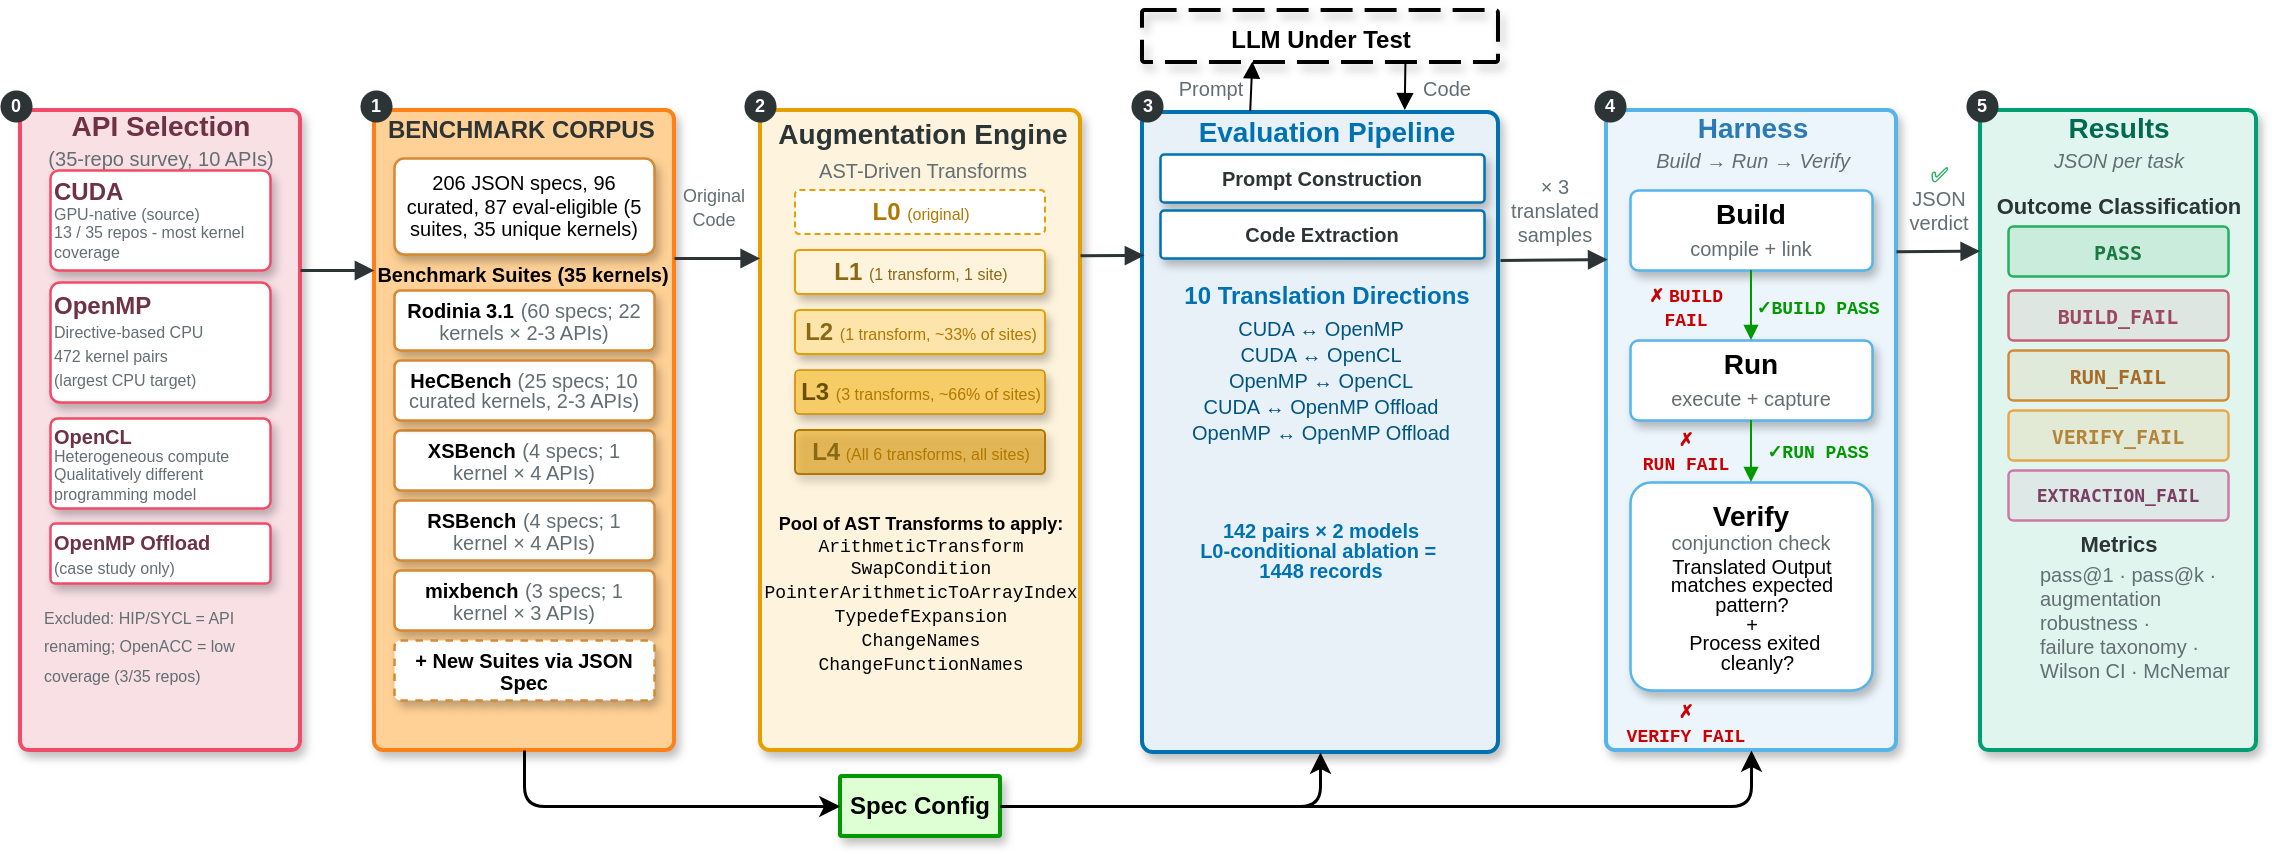
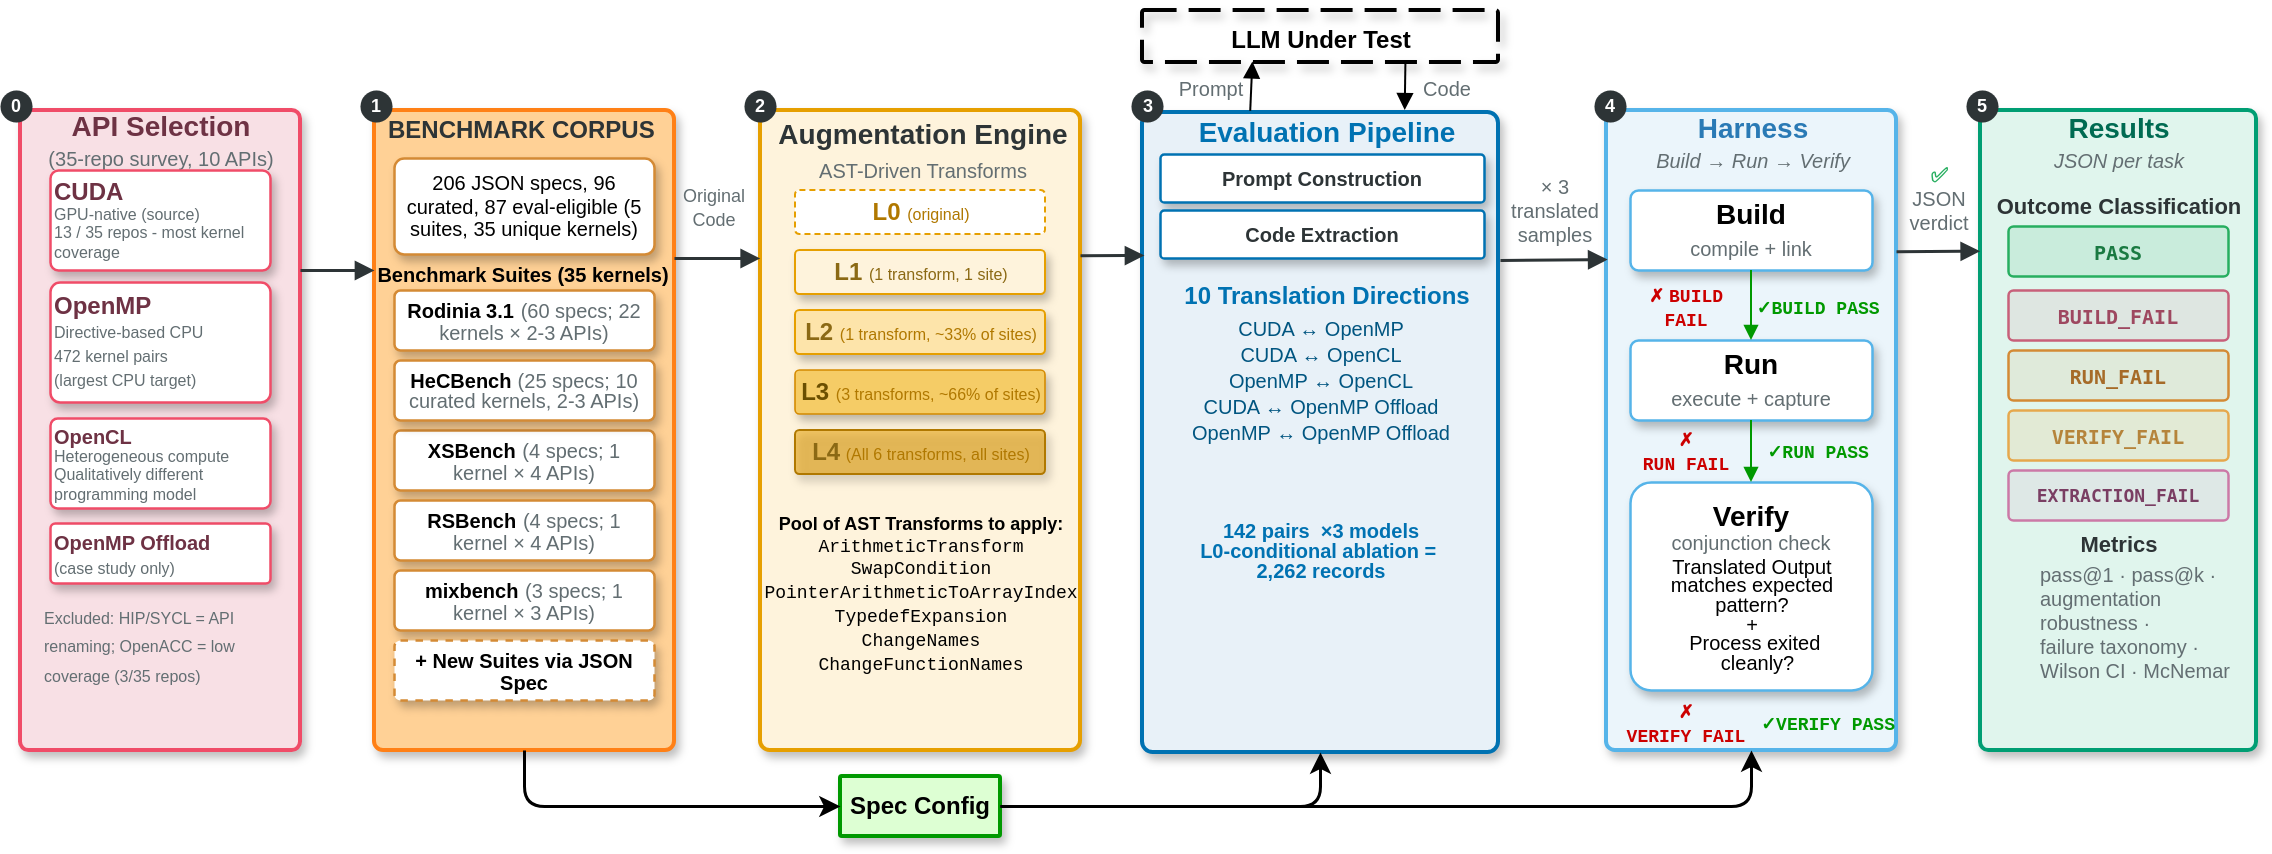
<mxfile host="Electron" agent="Mozilla/5.0 (Macintosh; Intel Mac OS X 10_15_7) AppleWebKit/537.36 (KHTML, like Gecko) draw.io/29.6.6 Chrome/144.0.7559.236 Electron/40.8.4 Safari/537.36">
  <diagram name="Page-1" id="bUnr9loA30vD7awPn5Ir">
-     <mxGraphModel dx="1491" dy="310" grid="1" gridSize="10" guides="1" tooltips="1" connect="1" arrows="1" fold="1" page="1" pageScale="1" pageWidth="990" pageHeight="600" background="#ffffff" math="0" shadow="0">
+     <mxGraphModel dx="2017" dy="636" grid="1" gridSize="10" guides="1" tooltips="1" connect="1" arrows="1" fold="1" page="1" pageScale="1" pageWidth="990" pageHeight="600" background="#ffffff" math="0" shadow="0">
      <root>
        <mxCell id="0" />
        <mxCell id="1" parent="0" />
        <mxCell id="akmjjUN86HI4yd5fyELq-2" parent="1" style="rounded=1;whiteSpace=wrap;html=1;arcSize=3;fillColor=#F8E0E5;strokeColor=#F04C68;strokeWidth=2;shadow=1;glass=0;gradientColor=none;" value="" vertex="1">
          <mxGeometry height="320" width="140" x="-170" y="110" as="geometry" />
        </mxCell>
        <mxCell id="llm_container" parent="1" style="rounded=1;arcSize=5;fillColor=none;strokeColor=#000000;strokeWidth=2;dashed=1;dashPattern=8 3;shadow=1;labelBackgroundColor=none;html=1;autosizeText=1;fontSize=15;" value="&lt;b&gt;&lt;font style=&quot;font-size: 12px;&quot;&gt;LLM Under Test&lt;/font&gt;&lt;/b&gt;" vertex="1">
          <mxGeometry height="26" width="178" x="391" y="60" as="geometry" />
        </mxCell>
        <mxCell id="benchmark_container" parent="1" style="rounded=1;whiteSpace=wrap;html=1;arcSize=3;fillColor=#FFD196;strokeColor=#FF8016;strokeWidth=2;shadow=1;" value="" vertex="1">
          <mxGeometry height="320" width="150" x="7" y="110" as="geometry" />
        </mxCell>
        <mxCell id="suites_header" parent="1" style="text;html=1;align=center;verticalAlign=middle;fontSize=12;fontColor=#2D3436;rounded=1;" value="&lt;b&gt;&lt;font style=&quot;color: rgb(0, 0, 0); font-size: 10px;&quot;&gt;Benchmark Suites (35 kernels)&lt;/font&gt;&lt;/b&gt;" vertex="1">
          <mxGeometry height="20" width="130" x="15.75" y="182" as="geometry" />
        </mxCell>
        <mxCell id="rodinia" parent="1" style="rounded=1;whiteSpace=wrap;html=1;arcSize=10;fillColor=#FFFFFF;strokeColor=#D48A35;strokeWidth=1.25;fontSize=12;shadow=1;" value="&lt;div style=&quot;line-height: 90%;&quot;&gt;&lt;b&gt;&lt;font style=&quot;font-size: 10px; line-height: 90%;&quot;&gt;Rodinia 3.1&lt;/font&gt;&lt;/b&gt;&amp;nbsp;&lt;font style=&quot;font-size: 10px; color: rgb(99, 110, 114); line-height: 90%;&quot;&gt;&lt;font&gt;(&lt;/font&gt;&lt;font&gt;&lt;span style=&quot;text-align: left;&quot;&gt;60 specs; 22 kernels × 2-3 APIs)&lt;/span&gt;&lt;/font&gt;&lt;/font&gt;&lt;/div&gt;" vertex="1">
          <mxGeometry height="30" width="130" x="17" y="200" as="geometry" />
        </mxCell>
        <mxCell id="xsbench" parent="1" style="rounded=1;whiteSpace=wrap;html=1;arcSize=10;fillColor=#FFFFFF;strokeColor=#D48A35;strokeWidth=1.25;fontSize=12;shadow=1;" value="&lt;div style=&quot;line-height: 90%;&quot;&gt;&lt;font style=&quot;font-size: 10px; line-height: 90%;&quot;&gt;&lt;b&gt;XSBench&lt;/b&gt;&lt;/font&gt;&amp;nbsp;&lt;span style=&quot;color: rgb(99, 110, 114); font-size: 10px; line-height: 90%;&quot;&gt;(4 specs;&amp;nbsp;&lt;/span&gt;&lt;span style=&quot;color: rgb(99, 110, 114); font-size: 10px; text-align: left; line-height: 90%;&quot;&gt;1 kernel&amp;nbsp;&lt;/span&gt;&lt;span style=&quot;color: rgb(99, 110, 114); font-size: 10px; text-align: left; line-height: 90%;&quot;&gt;×&lt;/span&gt;&lt;span style=&quot;color: rgb(99, 110, 114); font-size: 10px; text-align: left; line-height: 90%;&quot;&gt;&amp;nbsp;4 APIs&lt;/span&gt;&lt;span style=&quot;color: rgb(99, 110, 114); font-size: 10px; line-height: 90%;&quot;&gt;)&lt;/span&gt;&lt;/div&gt;" vertex="1">
          <mxGeometry height="30" width="130" x="17" y="270" as="geometry" />
        </mxCell>
        <mxCell id="rsbench" parent="1" style="rounded=1;whiteSpace=wrap;html=1;arcSize=10;fillColor=#FFFFFF;strokeColor=#D48A35;strokeWidth=1.25;fontSize=12;shadow=1;" value="&lt;div style=&quot;line-height: 90%;&quot;&gt;&lt;b&gt;&lt;font style=&quot;font-size: 10px; line-height: 90%;&quot;&gt;RSBench&lt;/font&gt;&lt;/b&gt;&amp;nbsp;&lt;span style=&quot;color: rgb(99, 110, 114); font-size: 10px; line-height: 90%;&quot;&gt;(4 specs;&amp;nbsp;&lt;/span&gt;&lt;span style=&quot;color: rgb(99, 110, 114); font-size: 10px; text-align: left; line-height: 90%;&quot;&gt;1 kernel&amp;nbsp;&lt;/span&gt;&lt;span style=&quot;color: rgb(99, 110, 114); font-size: 10px; text-align: left; line-height: 90%;&quot;&gt;×&lt;/span&gt;&lt;span style=&quot;color: rgb(99, 110, 114); font-size: 10px; text-align: left; line-height: 90%;&quot;&gt;&amp;nbsp;4 APIs&lt;/span&gt;&lt;span style=&quot;color: rgb(99, 110, 114); font-size: 10px; line-height: 90%;&quot;&gt;)&lt;/span&gt;&lt;/div&gt;" vertex="1">
          <mxGeometry height="30" width="130" x="17" y="305" as="geometry" />
        </mxCell>
        <mxCell id="mixbench" parent="1" style="rounded=1;whiteSpace=wrap;html=1;arcSize=10;fillColor=#FFFFFF;strokeColor=#D48A35;strokeWidth=1.25;fontSize=12;shadow=1;" value="&lt;div style=&quot;line-height: 90%;&quot;&gt;&lt;b&gt;&lt;font style=&quot;font-size: 10px; line-height: 90%;&quot;&gt;mixbench&lt;/font&gt;&lt;/b&gt;&amp;nbsp;&lt;span style=&quot;color: rgb(99, 110, 114); font-size: 10px; line-height: 90%;&quot;&gt;(3 specs;&amp;nbsp;&lt;/span&gt;&lt;span style=&quot;color: rgb(99, 110, 114); font-size: 10px; text-align: left; line-height: 90%;&quot;&gt;1 kernel&amp;nbsp;&lt;/span&gt;&lt;span style=&quot;color: rgb(99, 110, 114); font-size: 10px; text-align: left; line-height: 90%;&quot;&gt;×&lt;/span&gt;&lt;span style=&quot;color: rgb(99, 110, 114); font-size: 10px; text-align: left; line-height: 90%;&quot;&gt;&amp;nbsp;3 APIs&lt;/span&gt;&lt;span style=&quot;color: rgb(99, 110, 114); font-size: 10px; line-height: 90%;&quot;&gt;)&lt;/span&gt;&lt;/div&gt;" vertex="1">
          <mxGeometry height="30" width="130" x="17" y="340" as="geometry" />
        </mxCell>
        <mxCell id="hecbench" parent="1" style="rounded=1;whiteSpace=wrap;html=1;arcSize=10;fillColor=#FFFFFF;strokeColor=#D48A35;strokeWidth=1.25;fontSize=11;shadow=1;" value="&lt;div style=&quot;line-height: 90%;&quot;&gt;&lt;b&gt;&lt;font style=&quot;font-size: 10px; line-height: 90%;&quot;&gt;HeCBench&lt;/font&gt;&lt;/b&gt; &lt;font style=&quot;font-size: 10px; color: rgb(99, 110, 114); line-height: 90%;&quot;&gt;(25 specs;&amp;nbsp;&lt;span style=&quot;text-align: left;&quot;&gt;10 curated kernels, 2-&lt;/span&gt;&lt;span style=&quot;text-align: left;&quot;&gt;3 APIs&lt;/span&gt;)&lt;/font&gt;&lt;/div&gt;" vertex="1">
          <mxGeometry height="30" width="130" x="17" y="235" as="geometry" />
        </mxCell>
        <mxCell id="aug_container" parent="1" style="rounded=1;whiteSpace=wrap;html=1;arcSize=3;fillColor=#FEF3DC;strokeColor=#E69F00;strokeWidth=2;shadow=1;" value="" vertex="1">
          <mxGeometry height="320" width="160" x="200" y="110" as="geometry" />
        </mxCell>
        <mxCell id="aug_title1" parent="1" style="text;html=1;align=center;verticalAlign=middle;fontColor=#2D3436;rounded=1;" value="&lt;b style=&quot;&quot;&gt;&lt;font style=&quot;font-size: 14px;&quot;&gt;Augmentation Engine&lt;br&gt;&lt;/font&gt;&lt;/b&gt;&lt;span style=&quot;color: rgb(99, 110, 114); font-size: 10px;&quot;&gt;AST-Driven Transforms&lt;/span&gt;&lt;b style=&quot;&quot;&gt;&lt;font style=&quot;font-size: 14px;&quot;&gt;&lt;/font&gt;&lt;/b&gt;" vertex="1">
          <mxGeometry height="30" width="145" x="208" y="115" as="geometry" />
        </mxCell>
        <mxCell id="aug_transforms1" parent="1" style="text;html=1;align=center;verticalAlign=middle;fontSize=9;fontColor=#636e72;rounded=1;" value="&lt;div style=&quot;&quot;&gt;&lt;b&gt;&lt;font style=&quot;color: rgb(0, 0, 0);&quot;&gt;Pool of AST Transforms to apply:&lt;/font&gt;&lt;/b&gt;&lt;/div&gt;&lt;div style=&quot;&quot;&gt;&lt;span style=&quot;color: rgb(77, 77, 77);&quot;&gt;&lt;font face=&quot;Courier New&quot; style=&quot;color: rgb(0, 0, 0);&quot;&gt;ArithmeticTransform&lt;br&gt;SwapCondition&lt;/font&gt;&lt;/span&gt;&lt;/div&gt;&lt;div style=&quot;&quot;&gt;&lt;span style=&quot;color: rgb(77, 77, 77);&quot;&gt;&lt;font face=&quot;Courier New&quot; style=&quot;color: rgb(0, 0, 0);&quot;&gt;PointerArithmeticToArrayIndex&lt;/font&gt;&lt;/span&gt;&lt;/div&gt;&lt;div style=&quot;&quot;&gt;&lt;span style=&quot;color: rgb(77, 77, 77);&quot;&gt;&lt;font face=&quot;Courier New&quot; style=&quot;color: rgb(0, 0, 0);&quot;&gt;TypedefExpansion&lt;br&gt;ChangeNames&lt;br&gt;ChangeFunctionNames&lt;/font&gt;&lt;/span&gt;&lt;/div&gt;" vertex="1">
          <mxGeometry height="14" width="144" x="208" y="345" as="geometry" />
        </mxCell>
        <mxCell id="L0" parent="1" style="rounded=1;whiteSpace=wrap;html=1;arcSize=10;fillColor=#FFFFFF;strokeColor=#E69F00;strokeWidth=1;dashed=1;dashPattern=3 2;fontSize=10;fontStyle=1;fontColor=#B07800;" value="&lt;font style=&quot;font-size: 12px;&quot;&gt;L0 &lt;/font&gt;&lt;font style=&quot;font-size: 8px; font-weight: normal;&quot;&gt;(original)&lt;/font&gt;" vertex="1">
          <mxGeometry height="22" width="125" x="217.5" y="150" as="geometry" />
        </mxCell>
        <mxCell id="L1" parent="1" style="rounded=1;whiteSpace=wrap;html=1;arcSize=10;fillColor=#FEF3DC;strokeColor=#E69F00;strokeWidth=1;fontSize=10;fontStyle=1;fontColor=#8B6914;shadow=1;align=center;" value="&lt;font style=&quot;&quot;&gt;&lt;span style=&quot;font-size: 12px;&quot;&gt;L1&amp;nbsp;&lt;/span&gt;&lt;font style=&quot;font-size: 8px; font-weight: normal;&quot;&gt;(1 transform, 1 site)&lt;/font&gt;&lt;/font&gt;" vertex="1">
          <mxGeometry height="22" width="125" x="217.5" y="180" as="geometry" />
        </mxCell>
        <mxCell id="L2" parent="1" style="rounded=1;whiteSpace=wrap;html=1;arcSize=10;fillColor=#FDE4AA;strokeColor=#E69F00;strokeWidth=1;fontSize=10;fontStyle=1;fontColor=#8B6914;shadow=1;align=center;" value="&lt;font style=&quot;&quot;&gt;&lt;span style=&quot;font-size: 12px;&quot;&gt;L2&amp;nbsp;&lt;/span&gt;&lt;font style=&quot;color: rgb(176, 120, 0); font-size: 8px; font-weight: normal;&quot;&gt;(1 transform, ~33% of sites)&lt;/font&gt;&lt;/font&gt;" vertex="1">
          <mxGeometry height="22" width="125" x="217.5" y="210" as="geometry" />
        </mxCell>
        <mxCell id="L3" parent="1" style="rounded=1;whiteSpace=wrap;html=1;arcSize=10;fillColor=#F5CC66;strokeColor=#D48A00;strokeWidth=0.8;fontSize=10;fontStyle=1;fontColor=#6B4F00;shadow=1;align=center;perimeterSpacing=1;" value="&lt;font style=&quot;&quot;&gt;&lt;span style=&quot;font-size: 12px;&quot;&gt;L3&amp;nbsp;&lt;/span&gt;&lt;font style=&quot;color: rgb(176, 120, 0); font-size: 8px; font-weight: normal;&quot;&gt;(3 transforms, ~66% of sites)&lt;/font&gt;&lt;/font&gt;" vertex="1">
          <mxGeometry height="22" width="125" x="217.5" y="240" as="geometry" />
        </mxCell>
        <mxCell id="L4" parent="1" style="rounded=1;whiteSpace=wrap;html=1;arcSize=10;fillColor=#E69F00;fillOpacity=55;strokeColor=#B07800;strokeWidth=1;fontSize=10;fontColor=#3D2800;shadow=1;align=center;" value="&lt;b&gt;&lt;font style=&quot;color: rgb(139, 105, 20); font-size: 12px;&quot;&gt;L4&lt;/font&gt;&amp;nbsp;&lt;/b&gt;&lt;span style=&quot;font-size: 8px;&quot;&gt;&lt;font style=&quot;color: rgb(176, 120, 0);&quot;&gt;(All 6 transforms, all sites)&lt;/font&gt;&lt;/span&gt;" vertex="1">
          <mxGeometry height="22" width="125" x="217.5" y="270" as="geometry" />
        </mxCell>
        <mxCell id="pipeline_container" parent="1" style="rounded=1;whiteSpace=wrap;html=1;arcSize=3;fillColor=#E8F1F8;strokeColor=#0072B2;strokeWidth=2;shadow=1;" value="" vertex="1">
          <mxGeometry height="320" width="178" x="391" y="111" as="geometry" />
        </mxCell>
        <mxCell id="pipe_title" parent="1" style="text;html=1;align=center;verticalAlign=middle;rounded=1;" value="&lt;font color=&quot;#0072B2&quot; style=&quot;font-size: 14px;&quot;&gt;&lt;b style=&quot;&quot;&gt;Evaluation Pipeline&lt;/b&gt;&lt;/font&gt;" vertex="1">
          <mxGeometry height="20" width="150" x="407.5" y="111" as="geometry" />
        </mxCell>
        <mxCell id="pipe_dirs_title" parent="1" style="text;html=1;align=center;verticalAlign=middle;fontSize=11;rounded=1;" value="&lt;b&gt;&lt;font color=&quot;#0072B2&quot; style=&quot;font-size: 12px;&quot;&gt;10 Translation Directions&lt;/font&gt;&lt;/b&gt;" vertex="1">
          <mxGeometry height="20" width="150" x="407.5" y="193" as="geometry" />
        </mxCell>
        <mxCell id="pipe_dir1" parent="1" style="text;html=1;align=center;verticalAlign=middle;fontSize=11;fontColor=#005580;rounded=1;" value="&lt;font style=&quot;font-size: 10px; line-height: 90%;&quot;&gt;CUDA  ↔  OpenMP&lt;br&gt;CUDA ↔ OpenCL&lt;br&gt;OpenMP ↔ OpenCL&lt;br&gt;CUDA ↔ OpenMP Offload&lt;br&gt;OpenMP ↔ OpenMP Offload&lt;/font&gt;" vertex="1">
          <mxGeometry height="66" width="90" x="435" y="212" as="geometry" />
        </mxCell>
-         <mxCell id="pipe_tasks1" parent="1" style="text;html=1;align=center;verticalAlign=middle;fontSize=10;rounded=1;" value="&lt;p style=&quot;line-height: 90%;&quot;&gt;&lt;b style=&quot;line-height: 100%;&quot;&gt;&lt;font face=&quot;Helvetica&quot; style=&quot;color: rgb(0, 114, 178);&quot;&gt;&lt;font&gt;&lt;font&gt;142 pairs&amp;nbsp;&lt;/font&gt;&lt;/font&gt;&lt;span class=&quot;Yjhzub&quot; data-sfc-root=&quot;c&quot; data-sfc-cb=&quot;&quot; data-processed=&quot;true&quot; style=&quot;caret-color: rgb(10, 10, 10); text-wrap-mode: wrap; text-decoration-thickness: auto; text-decoration-style: solid;&quot;&gt;× 2 models&lt;br&gt;&lt;/span&gt;&lt;/font&gt;&lt;span style=&quot;color: rgb(0, 114, 178); background-color: transparent;&quot;&gt;&lt;span style=&quot;background-color: transparent;&quot;&gt;&lt;span class=&quot;Yjhzub&quot; data-sfc-root=&quot;c&quot; data-sfc-cb=&quot;&quot; data-processed=&quot;true&quot; style=&quot;text-wrap-mode: wrap; text-decoration-thickness: auto; text-decoration-style: solid; caret-color: rgb(10, 10, 10);&quot;&gt;L0-conditional ablation =&amp;nbsp;&lt;br&gt;&lt;/span&gt;&lt;/span&gt;&lt;/span&gt;&lt;span style=&quot;color: rgb(0, 114, 178); background-color: transparent;&quot;&gt;&lt;span style=&quot;background-color: transparent;&quot;&gt;&lt;span class=&quot;Yjhzub&quot; data-sfc-root=&quot;c&quot; data-sfc-cb=&quot;&quot; data-processed=&quot;true&quot; style=&quot;text-wrap-mode: wrap; text-decoration-thickness: auto; text-decoration-style: solid; caret-color: rgb(10, 10, 10);&quot;&gt;1448 records&lt;/span&gt;&lt;/span&gt;&lt;/span&gt;&lt;/b&gt;&lt;/p&gt;&lt;p&gt;&lt;/p&gt;" vertex="1">
+         <mxCell id="pipe_tasks1" parent="1" style="text;html=1;align=center;verticalAlign=middle;fontSize=10;rounded=1;" value="&lt;p style=&quot;line-height: 90%;&quot;&gt;&lt;b style=&quot;line-height: 100%;&quot;&gt;&lt;font face=&quot;Helvetica&quot; style=&quot;color: rgb(0, 114, 178);&quot;&gt;&lt;font&gt;&lt;font&gt;142 pairs&amp;nbsp;&amp;nbsp;&lt;/font&gt;&lt;/font&gt;&lt;span class=&quot;Yjhzub&quot; data-sfc-root=&quot;c&quot; data-sfc-cb=&quot;&quot; data-processed=&quot;true&quot; style=&quot;caret-color: rgb(10, 10, 10); text-wrap-mode: wrap; text-decoration-thickness: auto; text-decoration-style: solid;&quot;&gt;×3 models&lt;br&gt;&lt;/span&gt;&lt;/font&gt;&lt;span style=&quot;color: rgb(0, 114, 178); background-color: transparent;&quot;&gt;&lt;span style=&quot;background-color: transparent;&quot;&gt;&lt;span class=&quot;Yjhzub&quot; data-sfc-root=&quot;c&quot; data-sfc-cb=&quot;&quot; data-processed=&quot;true&quot; style=&quot;text-wrap-mode: wrap; text-decoration-thickness: auto; text-decoration-style: solid; caret-color: rgb(10, 10, 10);&quot;&gt;L0-conditional ablation =&amp;nbsp;&lt;br&gt;&lt;/span&gt;&lt;/span&gt;&lt;/span&gt;&lt;span style=&quot;color: rgb(0, 114, 178); background-color: transparent;&quot;&gt;&lt;span style=&quot;background-color: transparent;&quot;&gt;&lt;span class=&quot;Yjhzub&quot; data-sfc-root=&quot;c&quot; data-sfc-cb=&quot;&quot; data-processed=&quot;true&quot; style=&quot;text-wrap-mode: wrap; text-decoration-thickness: auto; text-decoration-style: solid; caret-color: rgb(10, 10, 10);&quot;&gt;2,262 records&lt;/span&gt;&lt;/span&gt;&lt;/span&gt;&lt;/b&gt;&lt;/p&gt;&lt;p&gt;&lt;/p&gt;" vertex="1">
          <mxGeometry height="30" width="154.5" x="402.75" y="315" as="geometry" />
        </mxCell>
        <mxCell id="harness_container" parent="1" style="rounded=1;whiteSpace=wrap;html=1;arcSize=3;fillColor=#EBF5FB;strokeColor=#56B4E9;strokeWidth=2;shadow=1;" value="" vertex="1">
          <mxGeometry height="320" width="145" x="623" y="110" as="geometry" />
        </mxCell>
        <mxCell id="harness_title" parent="1" style="text;html=1;align=center;verticalAlign=middle;rounded=1;" value="&lt;font color=&quot;#2A7AB5&quot; style=&quot;font-size:14px&quot;&gt;&lt;b&gt;Harness&lt;/b&gt;&lt;/font&gt;&lt;br&gt;&lt;i style=&quot;font-size:10px;color:#636e72&quot;&gt;Build → Run → Verify&lt;/i&gt;" vertex="1">
          <mxGeometry height="20" width="145" x="623" y="116" as="geometry" />
        </mxCell>
        <mxCell id="build_box" parent="1" style="rounded=1;whiteSpace=wrap;html=1;arcSize=10;fillColor=#FFFFFF;strokeColor=#56B4E9;strokeWidth=1.25;fontSize=13;shadow=1;" value="&lt;b&gt;&lt;font style=&quot;font-size: 14px;&quot;&gt;Build&lt;/font&gt;&lt;/b&gt;&lt;br&gt;&lt;font style=&quot;font-size: 10px;&quot; color=&quot;#636e72&quot;&gt;compile + link&lt;/font&gt;" vertex="1">
          <mxGeometry height="40" width="121" x="635" y="150" as="geometry" />
        </mxCell>
        <mxCell id="run_box" parent="1" style="rounded=1;whiteSpace=wrap;html=1;arcSize=10;fillColor=#FFFFFF;strokeColor=#56B4E9;strokeWidth=1.25;fontSize=13;shadow=1;" value="&lt;font style=&quot;font-size: 14px;&quot;&gt;&lt;b style=&quot;&quot;&gt;Run&lt;/b&gt;&lt;br&gt;&lt;/font&gt;&lt;font style=&quot;font-size: 10px;&quot; color=&quot;#636e72&quot;&gt;execute + capture&lt;/font&gt;" vertex="1">
          <mxGeometry height="40" width="121" x="635" y="225" as="geometry" />
        </mxCell>
        <mxCell id="verify_box" parent="1" style="rounded=1;whiteSpace=wrap;html=1;arcSize=10;fillColor=#FFFFFF;strokeColor=#56B4E9;strokeWidth=1.25;fontSize=13;verticalAlign=top;spacingTop=4;shadow=1;" value="&lt;div style=&quot;line-height: 90%;&quot;&gt;&lt;b&gt;&lt;font style=&quot;font-size: 14px; line-height: 90%;&quot;&gt;Verify&lt;/font&gt;&lt;/b&gt;&lt;br&gt;&lt;font style=&quot;font-size: 10px; line-height: 90%;&quot; color=&quot;#636e72&quot;&gt;conjunction check&lt;/font&gt;&lt;/div&gt;" vertex="1">
          <mxGeometry height="104" width="121" x="635" y="296" as="geometry" />
        </mxCell>
        <mxCell id="build_to_run" edge="1" parent="1" source="build_box" style="edgeStyle=orthogonalEdgeStyle;strokeColor=#009900;strokeWidth=1;endArrow=block;endFill=1;endSize=5;html=1;shadow=0;" target="run_box" value="">
          <mxGeometry relative="1" x="-0.3333" y="24" as="geometry">
            <mxPoint x="1" as="offset" />
            <Array as="points">
              <mxPoint x="700" y="190" />
              <mxPoint x="700" y="190" />
            </Array>
          </mxGeometry>
        </mxCell>
        <mxCell id="run_to_verify" edge="1" parent="1" source="run_box" style="edgeStyle=orthogonalEdgeStyle;strokeColor=#009900;strokeWidth=1;endArrow=block;endFill=1;endSize=5;html=1;" target="verify_box" value="">
          <mxGeometry relative="1" as="geometry" />
        </mxCell>
        <mxCell id="results_container" parent="1" style="rounded=1;whiteSpace=wrap;html=1;arcSize=3;fillColor=#E0F5ED;strokeColor=#009E73;strokeWidth=2;shadow=1;" value="" vertex="1">
          <mxGeometry height="320" width="138" x="810" y="110" as="geometry" />
        </mxCell>
        <mxCell id="results_title" parent="1" style="text;html=1;align=center;verticalAlign=middle;rounded=1;" value="&lt;font color=&quot;#006B52&quot; style=&quot;font-size:14px&quot;&gt;&lt;b&gt;Results&lt;/b&gt;&lt;/font&gt;&lt;br&gt;&lt;i style=&quot;font-size:10px;color:#636e72&quot;&gt;JSON per task&lt;/i&gt;" vertex="1">
          <mxGeometry height="30" width="120" x="819" y="111" as="geometry" />
        </mxCell>
        <mxCell id="outcome_title" parent="1" style="text;html=1;align=center;verticalAlign=middle;fontSize=11;fontColor=#2D3436;rounded=1;" value="&lt;b&gt;Outcome Classification&lt;/b&gt;" vertex="1">
          <mxGeometry height="20" width="120" x="819" y="148" as="geometry" />
        </mxCell>
        <mxCell id="pass_box" parent="1" style="rounded=1;whiteSpace=wrap;html=1;arcSize=10;fillColor=#27ae60;fillOpacity=12;strokeColor=#27ae60;strokeWidth=1.25;fontSize=10;fontColor=#1a7a42;" value="&lt;code&gt;&lt;b&gt;PASS&lt;/b&gt;&lt;/code&gt;" vertex="1">
          <mxGeometry height="25" width="110" x="824" y="168" as="geometry" />
        </mxCell>
        <mxCell id="buildfail_box" parent="1" style="rounded=1;whiteSpace=wrap;html=1;arcSize=10;fillColor=#C8607A;fillOpacity=10;strokeColor=#C8607A;strokeWidth=1.25;fontSize=10;fontColor=#9E4860;" value="&lt;code&gt;&lt;b&gt;BUILD_FAIL&lt;/b&gt;&lt;/code&gt;" vertex="1">
          <mxGeometry height="25" width="110" x="824" y="200" as="geometry" />
        </mxCell>
        <mxCell id="runfail_box" parent="1" style="rounded=1;whiteSpace=wrap;html=1;arcSize=10;fillColor=#D48A35;fillOpacity=10;strokeColor=#D48A35;strokeWidth=1.25;fontSize=10;fontColor=#A66B28;" value="&lt;code&gt;&lt;b&gt;RUN_FAIL&lt;/b&gt;&lt;/code&gt;" vertex="1">
          <mxGeometry height="25" width="110" x="824" y="230" as="geometry" />
        </mxCell>
        <mxCell id="verifyfail_box" parent="1" style="rounded=1;whiteSpace=wrap;html=1;arcSize=10;fillColor=#E6A84D;fillOpacity=15;strokeColor=#E6A84D;strokeWidth=1.25;fontSize=10;fontColor=#B5843B;" value="&lt;code&gt;&lt;b&gt;VERIFY_FAIL&lt;/b&gt;&lt;/code&gt;" vertex="1">
          <mxGeometry height="25" width="110" x="824" y="260" as="geometry" />
        </mxCell>
        <mxCell id="extractfail_box" parent="1" style="rounded=1;whiteSpace=wrap;html=1;arcSize=10;fillColor=#CC79A7;fillOpacity=10;strokeColor=#CC79A7;strokeWidth=1.25;fontSize=9;fontColor=#7A3E63;" value="&lt;code&gt;&lt;b&gt;EXTRACTION_FAIL&lt;/b&gt;&lt;/code&gt;" vertex="1">
          <mxGeometry height="25" width="110" x="824" y="290" as="geometry" />
        </mxCell>
        <mxCell id="metrics_title" parent="1" style="text;html=1;align=center;verticalAlign=middle;fontSize=11;fontColor=#2D3436;rounded=1;" value="&lt;b&gt;Metrics&lt;/b&gt;" vertex="1">
          <mxGeometry height="20" width="120" x="819" y="316.5" as="geometry" />
        </mxCell>
        <mxCell id="sources_to_aug" edge="1" parent="1" style="strokeColor=#2D3436;strokeWidth=1.5;endArrow=block;endFill=1;endSize=6;entryX=0;entryY=0.25;entryDx=0;entryDy=0;">
          <mxGeometry relative="1" as="geometry">
            <mxPoint x="157" y="184" as="sourcePoint" />
            <mxPoint x="199.85" y="184" as="targetPoint" />
          </mxGeometry>
        </mxCell>
        <mxCell id="aug_to_pipe" edge="1" parent="1" style="strokeColor=#2D3436;strokeWidth=1.5;endArrow=block;endFill=1;endSize=6;exitX=1;exitY=0.25;exitDx=0;exitDy=0;entryX=0;entryY=0.333;entryDx=0;entryDy=0;entryPerimeter=0;">
          <mxGeometry relative="1" as="geometry">
            <mxPoint x="360" y="182.58000000000007" as="sourcePoint" />
            <mxPoint x="392" y="182.50499999999997" as="targetPoint" />
          </mxGeometry>
        </mxCell>
        <mxCell id="pipe_to_gemini" edge="1" parent="1" source="pipeline_container" style="strokeColor=#000000;strokeWidth=1;endArrow=block;endFill=1;endSize=6;exitX=0.304;exitY=-0.002;exitDx=0;exitDy=0;exitPerimeter=0;entryX=0.31;entryY=0.99;entryDx=0;entryDy=0;entryPerimeter=0;" target="llm_container">
          <mxGeometry relative="1" as="geometry">
            <mxPoint x="478" y="112" as="sourcePoint" />
            <mxPoint x="446" y="90" as="targetPoint" />
          </mxGeometry>
        </mxCell>
        <mxCell id="prompt_label" parent="1" style="text;html=1;align=center;verticalAlign=middle;fontSize=10;fontColor=#636e72;rounded=1;" value="Prompt" vertex="1">
          <mxGeometry height="14" width="30" x="410" y="91.5" as="geometry" />
        </mxCell>
        <mxCell id="gemini_to_pipe" edge="1" parent="1" source="llm_container" style="strokeColor=#000000;strokeWidth=1;endArrow=block;endFill=1;endSize=6;exitX=0.74;exitY=0.972;exitDx=0;exitDy=0;entryX=0.738;entryY=-0.003;entryDx=0;entryDy=0;exitPerimeter=0;entryPerimeter=0;" target="pipeline_container">
          <mxGeometry relative="1" as="geometry">
            <mxPoint x="478.2750000000001" y="77.37" as="sourcePoint" />
            <mxPoint x="498" y="112" as="targetPoint" />
          </mxGeometry>
        </mxCell>
        <mxCell id="code_label" parent="1" style="text;html=1;align=center;verticalAlign=middle;fontSize=10;fontColor=#636e72;rounded=1;" value="Code" vertex="1">
          <mxGeometry height="14" width="30" x="527.5" y="91.5" as="geometry" />
        </mxCell>
        <mxCell id="harness_to_results" edge="1" parent="1" style="strokeColor=#2D3436;strokeWidth=1.5;endArrow=block;endFill=1;endSize=6;exitX=1.001;exitY=0.281;exitDx=0;exitDy=0;exitPerimeter=0;">
          <mxGeometry relative="1" as="geometry">
            <mxPoint x="768.005" y="180.66300000000004" as="sourcePoint" />
            <mxPoint x="809.86" y="180.33" as="targetPoint" />
          </mxGeometry>
        </mxCell>
        <mxCell id="w2Y73H6_pt1177Ohcq_N-19" parent="1" style="text;html=1;whiteSpace=wrap;strokeColor=none;fillColor=none;align=center;verticalAlign=middle;rounded=1;" value="&lt;p style=&quot;line-height: 90%;&quot;&gt;&lt;font style=&quot;font-size: 9px;&quot;&gt;&lt;span style=&quot;color: rgb(99, 110, 114); text-wrap-mode: nowrap; line-height: 90%;&quot;&gt;Original&lt;br&gt;&lt;/span&gt;&lt;span style=&quot;color: rgb(99, 110, 114); text-wrap-mode: nowrap; line-height: 90%;&quot;&gt;Code&lt;/span&gt;&lt;/font&gt;&lt;/p&gt;" vertex="1">
          <mxGeometry height="24" width="50" x="151.5" y="146" as="geometry" />
        </mxCell>
        <mxCell id="benchmark_container_label" parent="1" style="text;html=1;align=left;verticalAlign=middle;fontSize=11;fontColor=#2D3436;fontStyle=1;rounded=1;" value="&lt;font style=&quot;font-size: 12px;&quot;&gt;BENCHMARK CORPUS&lt;/font&gt;" vertex="1">
          <mxGeometry height="20" width="140" x="12" y="110" as="geometry" />
        </mxCell>
        <mxCell id="pipe_box1" parent="1" style="rounded=1;whiteSpace=wrap;html=1;arcSize=8;fillColor=#FFFFFF;strokeColor=#0072B2;strokeWidth=1.25;fontSize=10;fontColor=#2D3436;shadow=1;" value="&lt;b&gt;Prompt Construction&lt;/b&gt;" vertex="1">
          <mxGeometry height="24" width="162" x="400" y="132" as="geometry" />
        </mxCell>
        <mxCell id="pipe_box2" parent="1" style="rounded=1;whiteSpace=wrap;html=1;arcSize=8;fillColor=#FFFFFF;strokeColor=#0072B2;strokeWidth=1.25;fontSize=10;fontColor=#2D3436;shadow=1;" value="&lt;b&gt;Code Extraction&lt;/b&gt;" vertex="1">
          <mxGeometry height="24" width="162" x="400" y="160" as="geometry" />
        </mxCell>
        <mxCell id="stage_1" parent="1" style="ellipse;whiteSpace=wrap;html=1;fillColor=#2D3436;strokeColor=#2D3436;strokeWidth=0;fontSize=9;fontColor=#FFFFFF;fontStyle=1;rounded=1;" value="1" vertex="1">
          <mxGeometry height="16" width="16" y="100" as="geometry" />
        </mxCell>
        <mxCell id="stage_2" parent="1" style="ellipse;whiteSpace=wrap;html=1;fillColor=#2D3436;strokeColor=#2D3436;strokeWidth=0;fontSize=9;fontColor=#FFFFFF;fontStyle=1;rounded=1;" value="2" vertex="1">
          <mxGeometry height="16" width="16" x="192" y="100" as="geometry" />
        </mxCell>
        <mxCell id="stage_3" parent="1" style="ellipse;whiteSpace=wrap;html=1;fillColor=#2D3436;strokeColor=#2D3436;strokeWidth=0;fontSize=9;fontColor=#FFFFFF;fontStyle=1;rounded=1;" value="3" vertex="1">
          <mxGeometry height="16" width="16" x="385.5" y="100" as="geometry" />
        </mxCell>
        <mxCell id="stage_4" parent="1" style="ellipse;whiteSpace=wrap;html=1;fillColor=#2D3436;strokeColor=#2D3436;strokeWidth=0;fontSize=9;fontColor=#FFFFFF;fontStyle=1;rounded=1;" value="4" vertex="1">
          <mxGeometry height="16" width="16" x="617" y="100" as="geometry" />
        </mxCell>
        <mxCell id="stage_5" parent="1" style="ellipse;whiteSpace=wrap;html=1;fillColor=#2D3436;strokeColor=#2D3436;strokeWidth=0;fontSize=9;fontColor=#FFFFFF;fontStyle=1;rounded=1;" value="5" vertex="1">
          <mxGeometry height="16" width="16" x="803" y="100" as="geometry" />
        </mxCell>
        <mxCell id="harness_to_results_label" parent="1" style="text;html=1;align=center;verticalAlign=middle;fontSize=10;fontColor=#636e72;rounded=1;" value="&lt;font style=&quot;line-height: 90%;&quot;&gt;&lt;font color=&quot;#27ae60&quot;&gt;&lt;b&gt;✅&lt;/b&gt;&lt;/font&gt;&lt;br&gt;&lt;font&gt;JSON&lt;br&gt;verdict&lt;/font&gt;&lt;/font&gt;" vertex="1">
          <mxGeometry height="28" width="42" x="768" y="140" as="geometry" />
        </mxCell>
        <mxCell id="metrics_compact" parent="1" style="text;html=1;align=left;verticalAlign=top;fontSize=10;fontColor=#636e72;spacingLeft=4;rounded=1;" value="pass@1 · pass@k ·&lt;br&gt;augmentation&amp;nbsp;&lt;div&gt;robustness ·&lt;br&gt;failure taxonomy ·&amp;nbsp;&lt;br&gt;Wilson CI · McNemar&lt;/div&gt;" vertex="1">
          <mxGeometry height="70" width="91" x="833.5" y="330" as="geometry" />
        </mxCell>
        <mxCell id="akmjjUN86HI4yd5fyELq-3" parent="1" style="text;html=1;align=center;verticalAlign=middle;rounded=1;" value="&lt;font style=&quot;line-height: 90%;&quot;&gt;&lt;b style=&quot;color: rgb(110, 50, 68); font-size: 14px; line-height: 90%;&quot;&gt;API &lt;/b&gt;&lt;b style=&quot;font-size: 14px; line-height: 90%; color: rgb(110, 50, 68);&quot;&gt;&lt;font style=&quot;color: rgb(110, 50, 68);&quot;&gt;Selection&lt;/font&gt;&lt;/b&gt;&lt;br&gt;&lt;font style=&quot;font-size: 10px; color: rgb(99, 110, 114); line-height: 90%;&quot;&gt;(&lt;/font&gt;&lt;font style=&quot;font-size: 10px; line-height: 90%; color: rgb(99, 110, 114);&quot;&gt;35-repo survey, 10 APIs)&lt;/font&gt;&lt;/font&gt;" vertex="1">
          <mxGeometry height="20" width="120" x="-160" y="116" as="geometry" />
        </mxCell>
        <mxCell id="akmjjUN86HI4yd5fyELq-14" parent="1" style="rounded=1;whiteSpace=wrap;html=1;arcSize=8;fillColor=#FFFFFF;strokeColor=#F04C68;strokeWidth=1.25;fontSize=10;fontColor=#2D3436;shadow=1;align=left;" value="&lt;div style=&quot;line-height: 90%;&quot;&gt;&lt;font style=&quot;color: rgb(110, 50, 68);&quot;&gt;&lt;font style=&quot;font-weight: bold; font-size: 12px; line-height: 90%;&quot;&gt;CUDA&lt;/font&gt;&lt;br&gt;&lt;/font&gt;&lt;font style=&quot;font-size: 8px; line-height: 90%; color: rgb(99, 110, 114);&quot;&gt;GPU-native (source)&lt;/font&gt;&lt;div&gt;&lt;font style=&quot;font-size: 8px; line-height: 90%; color: rgb(99, 110, 114);&quot;&gt;13 / 35 repos - most kernel coverage&lt;/font&gt;&lt;/div&gt;&lt;/div&gt;" vertex="1">
          <mxGeometry height="50" width="110" x="-155" y="140" as="geometry" />
        </mxCell>
        <mxCell id="akmjjUN86HI4yd5fyELq-16" parent="1" style="rounded=1;whiteSpace=wrap;html=1;arcSize=8;fillColor=#FFFFFF;strokeColor=#F04C68;strokeWidth=1.25;fontSize=10;fontColor=#2D3436;shadow=1;align=left;" value="&lt;span style=&quot;line-height: 90%;&quot;&gt;&lt;font style=&quot;color: rgb(110, 50, 68);&quot;&gt;&lt;font style=&quot;font-weight: bold; font-size: 12px;&quot;&gt;OpenMP&lt;/font&gt;&lt;br&gt;&lt;/font&gt;&lt;font style=&quot;font-size: 8px; color: rgb(99, 110, 114); line-height: 90%;&quot;&gt;Directive-based CPU&lt;br&gt;472 kernel pairs&lt;br&gt;(largest CPU target)&lt;/font&gt;&lt;/span&gt;" vertex="1">
          <mxGeometry height="60" width="110" x="-155" y="196" as="geometry" />
        </mxCell>
        <mxCell id="akmjjUN86HI4yd5fyELq-17" parent="1" style="rounded=1;whiteSpace=wrap;html=1;arcSize=8;fillColor=#FFFFFF;strokeColor=#F04C68;strokeWidth=1.25;fontSize=10;fontColor=#2D3436;shadow=1;align=left;" value="&lt;font&gt;&lt;b style=&quot;color: rgb(110, 50, 68);&quot;&gt;OpenMP Offload&lt;/b&gt;&lt;br&gt;&lt;font style=&quot;font-size: 8px; color: rgb(99, 110, 114);&quot;&gt;(case study only)&lt;/font&gt;&lt;/font&gt;" vertex="1">
          <mxGeometry height="30" width="110" x="-155" y="316.5" as="geometry" />
        </mxCell>
        <mxCell id="akmjjUN86HI4yd5fyELq-18" parent="1" style="rounded=1;whiteSpace=wrap;html=1;arcSize=8;fillColor=#FFFFFF;strokeColor=#F04C68;strokeWidth=1.25;fontSize=10;fontColor=#2D3436;shadow=1;align=left;" value="&lt;div style=&quot;line-height: 90%;&quot;&gt;&lt;font style=&quot;color: rgb(110, 50, 68);&quot;&gt;&lt;b&gt;OpenCL&lt;/b&gt;&lt;br&gt;&lt;/font&gt;&lt;font style=&quot;font-size: 8px; color: rgb(99, 110, 114); line-height: 90%;&quot;&gt;Heterogeneous compute&lt;br&gt;Qualitatively different programming model&lt;/font&gt;&lt;/div&gt;" vertex="1">
          <mxGeometry height="45" width="110" x="-155" y="264" as="geometry" />
        </mxCell>
        <mxCell id="akmjjUN86HI4yd5fyELq-11" parent="1" style="ellipse;whiteSpace=wrap;html=1;fillColor=#2D3436;strokeColor=#2D3436;strokeWidth=0;fontSize=9;fontColor=#FFFFFF;fontStyle=1;rounded=1;" value="0" vertex="1">
          <mxGeometry height="16" width="16" x="-180" y="100" as="geometry" />
        </mxCell>
        <mxCell id="akmjjUN86HI4yd5fyELq-19" edge="1" parent="1" source="akmjjUN86HI4yd5fyELq-2" style="strokeColor=#2D3436;strokeWidth=1.5;endArrow=block;endFill=1;endSize=6;exitX=1;exitY=0.25;exitDx=0;exitDy=0;entryX=0;entryY=0.25;entryDx=0;entryDy=0;" target="benchmark_container">
          <mxGeometry relative="1" as="geometry">
            <mxPoint x="-20" y="184" as="sourcePoint" />
            <mxPoint x="10" y="184" as="targetPoint" />
          </mxGeometry>
        </mxCell>
        <mxCell id="akmjjUN86HI4yd5fyELq-20" parent="1" style="text;html=1;whiteSpace=wrap;strokeColor=none;fillColor=none;align=center;verticalAlign=middle;rounded=1;strokeWidth=1.25;" value="&lt;div style=&quot;line-height: 80%;&quot;&gt;&lt;div&gt;&lt;font style=&quot;font-size: 10px; line-height: 80%;&quot;&gt;Translated Output matches&amp;nbsp;&lt;span style=&quot;background-color: transparent; color: light-dark(rgb(0, 0, 0), rgb(255, 255, 255));&quot;&gt;expected pattern?&lt;br&gt;&lt;/span&gt;&lt;span style=&quot;background-color: transparent; color: light-dark(rgb(0, 0, 0), rgb(255, 255, 255));&quot;&gt;+&lt;/span&gt;&lt;/font&gt;&lt;/div&gt;&lt;div&gt;&lt;font style=&quot;font-size: 10px; line-height: 80%;&quot;&gt;&amp;nbsp;Process exited&lt;/font&gt;&lt;/div&gt;&lt;div&gt;&lt;font style=&quot;font-size: 10px; line-height: 80%;&quot;&gt;&amp;nbsp; cleanly?&lt;/font&gt;&lt;/div&gt;&lt;/div&gt;" vertex="1">
          <mxGeometry height="30" width="110" x="640.5" y="346.5" as="geometry" />
        </mxCell>
        <mxCell id="X_smrMtmK8TFg0V116sj-2" parent="1" style="text;html=1;whiteSpace=wrap;strokeColor=none;fillColor=none;align=left;verticalAlign=middle;rounded=1;" value="&lt;font style=&quot;color: rgb(99, 110, 114); font-size: 8px; line-height: 100%;&quot;&gt;Excluded: HIP/SYCL = API renaming; OpenACC = low coverage (3/35 repos&lt;/font&gt;&lt;span style=&quot;color: rgb(99, 110, 114); font-size: 8px; background-color: transparent;&quot;&gt;)&lt;/span&gt;" vertex="1">
          <mxGeometry height="30" width="125" x="-160" y="361.5" as="geometry" />
        </mxCell>
        <mxCell id="oNcubOaH34LGjMKyqQGY-1" parent="1" style="rounded=1;whiteSpace=wrap;html=1;arcSize=3;fillColor=#DDFFD3;strokeColor=#009900;strokeWidth=2;shadow=1;" value="&lt;b&gt;Spec Config&lt;/b&gt;" vertex="1">
          <mxGeometry height="30" width="80" x="240" y="443" as="geometry" />
        </mxCell>
        <mxCell id="oNcubOaH34LGjMKyqQGY-2" edge="1" parent="1" source="benchmark_container" style="endArrow=classic;html=1;rounded=1;entryX=0;entryY=0.5;entryDx=0;entryDy=0;exitX=0.5;exitY=1;exitDx=0;exitDy=0;edgeStyle=orthogonalEdgeStyle;curved=0;strokeWidth=1.5;" target="oNcubOaH34LGjMKyqQGY-1" value="">
          <mxGeometry height="50" relative="1" width="50" as="geometry">
            <mxPoint x="140" y="510" as="sourcePoint" />
            <mxPoint x="190" y="460" as="targetPoint" />
          </mxGeometry>
        </mxCell>
        <mxCell id="oNcubOaH34LGjMKyqQGY-3" edge="1" parent="1" source="oNcubOaH34LGjMKyqQGY-1" style="endArrow=classic;html=1;rounded=1;exitX=1;exitY=0.5;exitDx=0;exitDy=0;entryX=0.5;entryY=1;entryDx=0;entryDy=0;edgeStyle=orthogonalEdgeStyle;strokeWidth=1.5;elbow=vertical;flowAnimation=0;shadow=0;" target="harness_container" value="">
          <mxGeometry height="50" relative="1" width="50" as="geometry">
            <Array as="points">
              <mxPoint x="695" y="458" />
            </Array>
            <mxPoint x="250" y="470" as="sourcePoint" />
            <mxPoint x="480" y="458" as="targetPoint" />
          </mxGeometry>
        </mxCell>
        <mxCell id="dTBirprDGcM_VUs01LYS-1" parent="1" style="text;html=1;whiteSpace=wrap;strokeColor=none;fillColor=none;align=center;verticalAlign=middle;rounded=0;" value="&lt;div style=&quot;line-height: 80%;&quot;&gt;&lt;font style=&quot;font-size: 9px; color: rgb(0, 153, 0);&quot;&gt;&lt;b style=&quot;font-family: &amp;quot;Courier New&amp;quot;; text-wrap-mode: nowrap; line-height: 80%;&quot;&gt;✓BUILD&amp;nbsp;&lt;/b&gt;&lt;b style=&quot;background-color: transparent; text-wrap-mode: nowrap; font-family: &amp;quot;Courier New&amp;quot;; line-height: 80%;&quot;&gt;PASS&lt;/b&gt;&lt;/font&gt;&lt;/div&gt;" vertex="1">
          <mxGeometry height="14" width="44" x="706.5" y="202" as="geometry" />
        </mxCell>
        <mxCell id="dTBirprDGcM_VUs01LYS-3" parent="1" style="text;html=1;whiteSpace=wrap;strokeColor=none;fillColor=none;align=center;verticalAlign=middle;rounded=0;" value="&lt;div style=&quot;line-height: 80%;&quot;&gt;&lt;font style=&quot;font-size: 9px; color: rgb(0, 153, 0);&quot;&gt;&lt;b style=&quot;font-family: &amp;quot;Courier New&amp;quot;; text-wrap-mode: nowrap; line-height: 80%;&quot;&gt;✓RUN&amp;nbsp;&lt;/b&gt;&lt;b style=&quot;background-color: transparent; text-wrap-mode: nowrap; font-family: &amp;quot;Courier New&amp;quot;; line-height: 80%;&quot;&gt;PASS&lt;/b&gt;&lt;/font&gt;&lt;/div&gt;" vertex="1">
          <mxGeometry height="14" width="44" x="706.5" y="274" as="geometry" />
        </mxCell>
        <mxCell id="dTBirprDGcM_VUs01LYS-4" parent="1" style="text;html=1;whiteSpace=wrap;strokeColor=none;fillColor=none;align=center;verticalAlign=middle;rounded=0;" value="&lt;div style=&quot;line-height: 80%;&quot;&gt;&lt;b style=&quot;font-family: &amp;quot;Courier New&amp;quot;; text-wrap-mode: nowrap; line-height: 80%;&quot;&gt;&lt;font style=&quot;font-size: 9px; color: rgb(204, 0, 0);&quot;&gt;&lt;span style=&quot;font-family: Helvetica;&quot;&gt;✗&amp;nbsp;&lt;/span&gt;BUILD FAIL&lt;/font&gt;&lt;/b&gt;&lt;/div&gt;" vertex="1">
          <mxGeometry height="14" width="44" x="640.5" y="202" as="geometry" />
        </mxCell>
        <mxCell id="dTBirprDGcM_VUs01LYS-7" parent="1" style="text;html=1;whiteSpace=wrap;strokeColor=none;fillColor=none;align=center;verticalAlign=middle;rounded=0;" value="&lt;div style=&quot;line-height: 80%;&quot;&gt;&lt;font face=&quot;Courier New&quot; style=&quot;font-size: 9px;&quot;&gt;&lt;b style=&quot;&quot;&gt;&lt;span style=&quot;text-wrap-mode: nowrap; line-height: 80%;&quot;&gt;&lt;font style=&quot;color: rgb(204, 0, 0);&quot;&gt;✗ RUN&lt;/font&gt;&lt;/span&gt;&lt;span style=&quot;background-color: transparent; color: light-dark(rgb(0, 0, 0), rgb(255, 255, 255)); text-wrap-mode: nowrap; line-height: 80%;&quot;&gt;&lt;font style=&quot;color: rgb(204, 0, 0);&quot;&gt;&amp;nbsp;FAIL&lt;/font&gt;&lt;/span&gt;&lt;/b&gt;&lt;/font&gt;&lt;/div&gt;" vertex="1">
          <mxGeometry height="14" width="44" x="640.5" y="274" as="geometry" />
        </mxCell>
        <mxCell id="dTBirprDGcM_VUs01LYS-9" parent="1" style="text;html=1;whiteSpace=wrap;strokeColor=none;fillColor=none;align=center;verticalAlign=middle;rounded=0;" value="&lt;div style=&quot;line-height: 80%;&quot;&gt;&lt;font face=&quot;Courier New&quot; style=&quot;font-size: 9px;&quot;&gt;&lt;b style=&quot;&quot;&gt;&lt;span style=&quot;text-wrap-mode: nowrap; line-height: 80%;&quot;&gt;&lt;font style=&quot;color: rgb(204, 0, 0);&quot;&gt;✗ VERIFY&amp;nbsp;&lt;/font&gt;&lt;/span&gt;&lt;/b&gt;&lt;/font&gt;&lt;b style=&quot;font-size: 9px; font-family: &amp;quot;Courier New&amp;quot;; background-color: transparent; color: light-dark(rgb(0, 0, 0), rgb(255, 255, 255));&quot;&gt;&lt;span style=&quot;background-color: transparent; color: light-dark(rgb(0, 0, 0), rgb(255, 255, 255)); text-wrap-mode: nowrap; line-height: 80%;&quot;&gt;&lt;font style=&quot;color: rgb(204, 0, 0);&quot;&gt;FAIL&lt;/font&gt;&lt;/span&gt;&lt;/b&gt;&lt;/div&gt;" vertex="1">
          <mxGeometry height="14" width="44" x="640.5" y="410" as="geometry" />
        </mxCell>
        <mxCell id="dTBirprDGcM_VUs01LYS-12" edge="1" parent="1" source="oNcubOaH34LGjMKyqQGY-1" style="endArrow=classic;html=1;rounded=1;exitX=1;exitY=0.5;exitDx=0;exitDy=0;entryX=0.5;entryY=1;entryDx=0;entryDy=0;strokeWidth=1.5;edgeStyle=orthogonalEdgeStyle;curved=0;" target="pipeline_container" value="">
          <mxGeometry height="50" relative="1" width="50" as="geometry">
            <mxPoint x="360" y="450" as="sourcePoint" />
            <mxPoint x="410" y="400" as="targetPoint" />
          </mxGeometry>
        </mxCell>
        <mxCell id="pipe_to_harness" edge="1" parent="1" style="strokeColor=#2D3436;strokeWidth=1.5;endArrow=block;endFill=1;endSize=6;entryX=0.004;entryY=0.233;entryDx=0;entryDy=0;entryPerimeter=0;" target="harness_container">
          <mxGeometry relative="1" as="geometry">
            <mxPoint x="570" y="185" as="sourcePoint" />
            <mxPoint x="620" y="180" as="targetPoint" />
          </mxGeometry>
        </mxCell>
        <mxCell id="akmjjUN86HI4yd5fyELq-25" connectable="0" parent="pipe_to_harness" style="edgeLabel;html=1;align=center;verticalAlign=middle;resizable=0;points=[];fontSize=10;labelBackgroundColor=none;rounded=1;" value="&lt;span&gt;&lt;font style=&quot;line-height: 90%; color: rgb(99, 110, 114);&quot;&gt;&lt;font color=&quot;#636e72&quot;&gt;× 3&lt;/font&gt;&lt;br&gt;&lt;font color=&quot;#636e72&quot;&gt;translated&lt;/font&gt;&lt;br&gt;&lt;font color=&quot;#636e72&quot;&gt;samples&lt;/font&gt;&lt;/font&gt;&lt;/span&gt;" vertex="1">
          <mxGeometry relative="1" x="-0.2059" as="geometry">
            <mxPoint x="5" y="-25" as="offset" />
          </mxGeometry>
        </mxCell>
        <mxCell id="XA73II8EeV_vrwSH96aa-1" parent="1" style="rounded=1;whiteSpace=wrap;html=1;arcSize=10;fillColor=#FFFFFF;strokeColor=#D48A35;strokeWidth=1.25;fontSize=12;shadow=1;dashed=1;" value="&lt;div style=&quot;line-height: 90%;&quot;&gt;&lt;b&gt;&lt;font style=&quot;font-size: 10px; line-height: 90%;&quot;&gt;+ New Suites via JSON Spec&lt;/font&gt;&lt;/b&gt;&lt;/div&gt;" vertex="1">
          <mxGeometry height="30" width="130" x="17" y="375" as="geometry" />
        </mxCell>
        <mxCell id="XA73II8EeV_vrwSH96aa-3" parent="1" style="rounded=1;whiteSpace=wrap;html=1;arcSize=10;fillColor=#FFFFFF;strokeColor=#D48A35;strokeWidth=1.25;fontSize=12;shadow=1;" value="&lt;div style=&quot;line-height: 90%;&quot;&gt;&lt;span style=&quot;font-size: 10px; text-align: left;&quot;&gt;206 JSON specs, 96 curated, 87 eval-eligible (5 suites, 35 unique kernels)&lt;/span&gt;&lt;/div&gt;" vertex="1">
          <mxGeometry height="48" width="130" x="17" y="134" as="geometry" />
        </mxCell>
+         <mxCell id="CcTL0GXSQhMWMThOCQUU-1" parent="1" style="text;html=1;whiteSpace=wrap;strokeColor=none;fillColor=none;align=center;verticalAlign=middle;rounded=0;" value="&lt;div style=&quot;line-height: 80%;&quot;&gt;&lt;font style=&quot;font-size: 9px; color: rgb(0, 153, 0);&quot;&gt;&lt;b style=&quot;font-family: &amp;quot;Courier New&amp;quot;; text-wrap-mode: nowrap; line-height: 80%;&quot;&gt;✓VERIFY&amp;nbsp;&lt;/b&gt;&lt;b style=&quot;background-color: transparent; text-wrap-mode: nowrap; font-family: &amp;quot;Courier New&amp;quot;; line-height: 80%;&quot;&gt;PASS&lt;/b&gt;&lt;/font&gt;&lt;/div&gt;" vertex="1">
+           <mxGeometry height="14" width="44" x="712" y="410" as="geometry" />
+         </mxCell>
      </root>
    </mxGraphModel>
  </diagram>
</mxfile>
